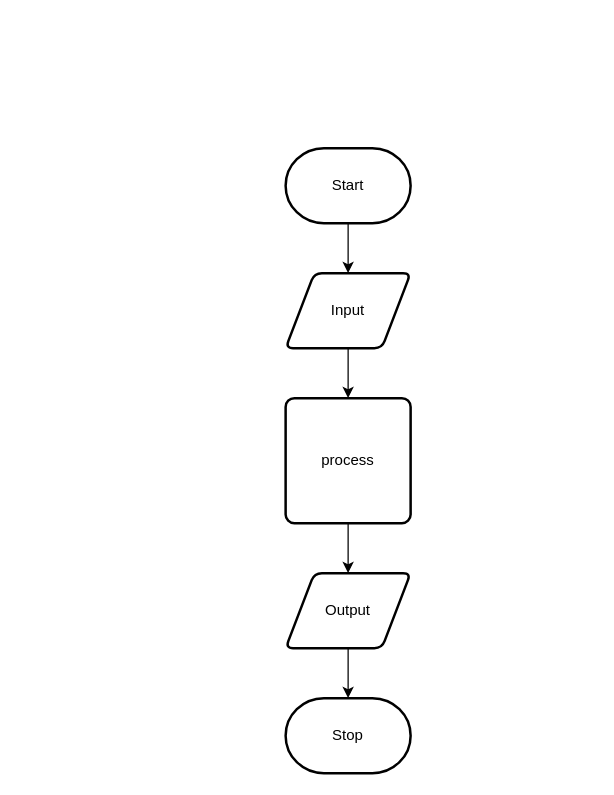
Earlier version of the draw.io diagram design/flow-chart.drawio (Emmanuel-Fofeyin/ICS2O-Unit5-04-HTML). Source tidied: cells renumbered, new cells numbered last; positions are measured from the earlier drawing's top-left corner, leaving out a move shared by most shapes. Both pictures are drawn from the tidied source at 125%, with x=0, y=0 at pixel (285, 148).
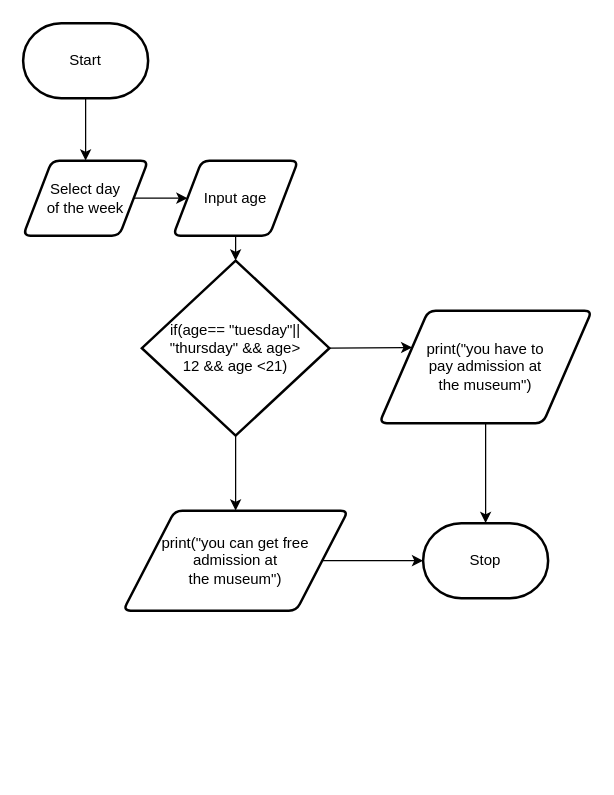
After the change.

Diff of the diagram source:
```diff
@@
 <mxGraphModel>
   <root>
     <mxCell id="0" />
     <mxCell id="1" parent="0" />
     <mxCell id="2" style="edgeStyle=none;html=1;" parent="1" edge="1" source="3" target="5">
       <mxGeometry relative="1" as="geometry" />
     </mxCell>
     <mxCell id="3" value="Start" style="strokeWidth=2;html=1;shape=mxgraph.flowchart.terminator;whiteSpace=wrap;" parent="1" vertex="1">
-      <mxGeometry width="100" height="60" as="geometry" />
+      <mxGeometry x="-210" y="-100" width="100" height="60" as="geometry" />
     </mxCell>
-    <mxCell id="4" style="edgeStyle=none;html=1;" parent="1" edge="1" source="5" target="7">
+    <mxCell id="4" style="edgeStyle=none;html=1;exitX=1;exitY=0.5;exitDx=0;exitDy=0;entryX=0;entryY=0.5;entryDx=0;entryDy=0;" parent="1" edge="1" source="5" target="9">
       <mxGeometry relative="1" as="geometry" />
     </mxCell>
-    <mxCell id="5" value="Input" style="shape=parallelogram;html=1;strokeWidth=2;perimeter=parallelogramPerimeter;whiteSpace=wrap;rounded=1;arcSize=12;size=0.23;" parent="1" vertex="1">
-      <mxGeometry y="100" width="100" height="60" as="geometry" />
+    <mxCell id="5" value="Select day &lt;br&gt;of the week" style="shape=parallelogram;html=1;strokeWidth=2;perimeter=parallelogramPerimeter;whiteSpace=wrap;rounded=1;arcSize=12;size=0.23;" parent="1" vertex="1">
+      <mxGeometry x="-210" y="10" width="100" height="60" as="geometry" />
     </mxCell>
-    <mxCell id="6" style="edgeStyle=none;html=1;" parent="1" edge="1" source="7" target="9">
-      <mxGeometry relative="1" as="geometry" />
-    </mxCell>
-    <mxCell id="7" value="process" style="rounded=1;whiteSpace=wrap;html=1;absoluteArcSize=1;arcSize=14;strokeWidth=2;" parent="1" vertex="1">
-      <mxGeometry y="200" width="100" height="100" as="geometry" />
-    </mxCell>
-    <mxCell id="8" style="edgeStyle=none;html=1;" parent="1" edge="1" source="9" target="10">
+    <mxCell id="8" style="edgeStyle=none;html=1;entryX=0.5;entryY=0;entryDx=0;entryDy=0;entryPerimeter=0;" parent="1" edge="1" source="9" target="11">
       <mxGeometry relative="1" as="geometry" />
     </mxCell>
-    <mxCell id="9" value="Output" style="shape=parallelogram;html=1;strokeWidth=2;perimeter=parallelogramPerimeter;whiteSpace=wrap;rounded=1;arcSize=12;size=0.23;" parent="1" vertex="1">
-      <mxGeometry y="340" width="100" height="60" as="geometry" />
+    <mxCell id="9" value="Input age" style="shape=parallelogram;html=1;strokeWidth=2;perimeter=parallelogramPerimeter;whiteSpace=wrap;rounded=1;arcSize=12;size=0.23;" parent="1" vertex="1">
+      <mxGeometry x="-90" y="10" width="100" height="60" as="geometry" />
     </mxCell>
     <mxCell id="10" value="Stop" style="strokeWidth=2;html=1;shape=mxgraph.flowchart.terminator;whiteSpace=wrap;" parent="1" vertex="1">
-      <mxGeometry y="440" width="100" height="60" as="geometry" />
+      <mxGeometry x="110" y="300" width="100" height="60" as="geometry" />
     </mxCell>
+    <mxCell id="11" value="if(age== &quot;tuesday&quot;|| &quot;thursday&quot; &amp;amp;&amp;amp; age&amp;gt;&lt;br&gt;12 &amp;amp;&amp;amp; age &amp;lt;21)" style="strokeWidth=2;html=1;shape=mxgraph.flowchart.decision;whiteSpace=wrap;" parent="1" vertex="1">
+      <mxGeometry x="-115" y="90" width="150" height="140" as="geometry" />
+    </mxCell>
+    <mxCell id="12" style="edgeStyle=none;html=1;exitX=1;exitY=0.5;exitDx=0;exitDy=0;exitPerimeter=0;entryX=0;entryY=0.25;entryDx=0;entryDy=0;" parent="1" edge="1" source="11" target="14">
+      <mxGeometry relative="1" as="geometry" />
+    </mxCell>
+    <mxCell id="13" style="edgeStyle=none;html=1;exitX=0.5;exitY=1;exitDx=0;exitDy=0;exitPerimeter=0;entryX=0.5;entryY=0;entryDx=0;entryDy=0;" parent="1" edge="1" source="11" target="15">
+      <mxGeometry relative="1" as="geometry" />
+    </mxCell>
+    <mxCell id="14" value="print(&quot;you have to &lt;br&gt;pay admission at &lt;br&gt;the museum&quot;)" style="shape=parallelogram;html=1;strokeWidth=2;perimeter=parallelogramPerimeter;whiteSpace=wrap;rounded=1;arcSize=12;size=0.23;" parent="1" vertex="1">
+      <mxGeometry x="75" y="130" width="170" height="90" as="geometry" />
+    </mxCell>
+    <mxCell id="15" value="&lt;span&gt;print(&quot;you can get free&lt;br&gt;&lt;/span&gt;&lt;span&gt;admission at&lt;/span&gt;&lt;br&gt;&lt;span&gt;the museum&quot;)&lt;/span&gt;" style="shape=parallelogram;html=1;strokeWidth=2;perimeter=parallelogramPerimeter;whiteSpace=wrap;rounded=1;arcSize=12;size=0.23;" parent="1" vertex="1">
+      <mxGeometry x="-130" y="290" width="180" height="80" as="geometry" />
+    </mxCell>
+    <mxCell id="16" style="edgeStyle=none;html=1;exitX=1;exitY=0.5;exitDx=0;exitDy=0;entryX=0;entryY=0.5;entryDx=0;entryDy=0;entryPerimeter=0;" parent="1" edge="1" source="15" target="10">
+      <mxGeometry relative="1" as="geometry" />
+    </mxCell>
+    <mxCell id="17" style="edgeStyle=none;html=1;exitX=0.5;exitY=1;exitDx=0;exitDy=0;entryX=0.5;entryY=0;entryDx=0;entryDy=0;entryPerimeter=0;" parent="1" edge="1" source="14" target="10">
+      <mxGeometry relative="1" as="geometry" />
+    </mxCell>
   </root>
 </mxGraphModel>
```
